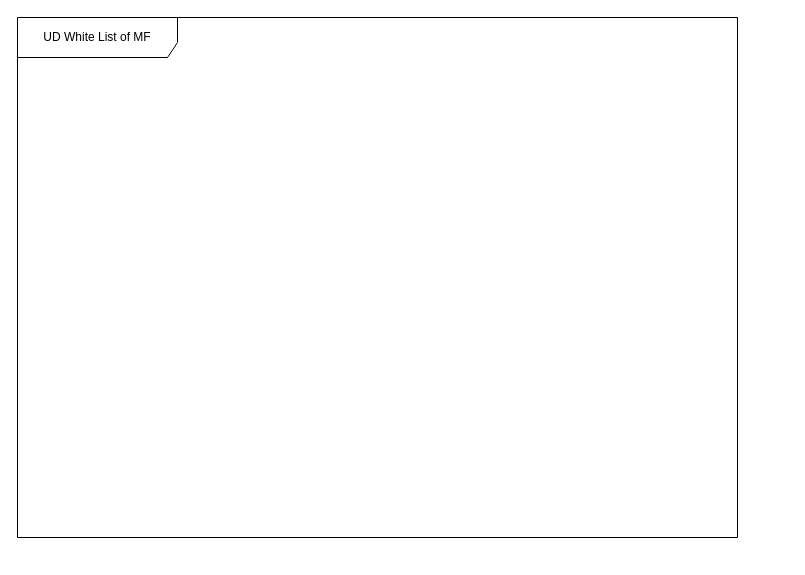
Earlier version of the draw.io diagram Untitled Diagram.drawio (AleksanderStaruch/HospitalUML). Source tidied: cells renumbered, new cells numbered last; positions are measured from the earlier drawing's top-left corner, leaving out a move shared by most shapes. Both pictures are drawn from the tidied source at 100%, with x=0, y=0 at pixel (17, 17).
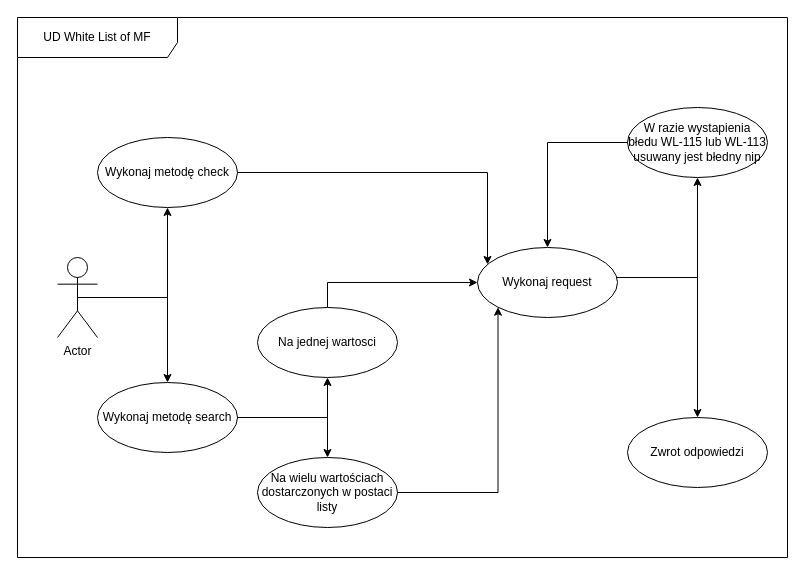
The same page after the edit.

The edit, as a diff of the source:
```diff
@@
     <mxCell id="2" value="UD White List of MF" style="shape=umlFrame;whiteSpace=wrap;html=1;width=160;height=40;" parent="1" vertex="1">
-      <mxGeometry width="720" height="520" as="geometry" />
+      <mxGeometry width="770" height="540" as="geometry" />
     </mxCell>
+    <mxCell id="3" style="edgeStyle=orthogonalEdgeStyle;rounded=0;jettySize=auto;html=1;" parent="1" edge="1" source="4" target="5">
+      <mxGeometry relative="1" as="geometry">
+        <Array as="points">
+          <mxPoint x="150" y="280" />
+        </Array>
+      </mxGeometry>
+    </mxCell>
+    <mxCell id="4" value="Actor" style="shape=umlActor;verticalLabelPosition=bottom;labelBackgroundColor=#ffffff;verticalAlign=top;html=1;" parent="1" vertex="1">
+      <mxGeometry x="40" y="240" width="40" height="80" as="geometry" />
+    </mxCell>
+    <mxCell id="5" value="Wykonaj metodę check" style="ellipse;whiteSpace=wrap;html=1;" parent="1" vertex="1">
+      <mxGeometry x="80" y="120" width="140" height="70" as="geometry" />
+    </mxCell>
+    <mxCell id="6" value="Wykonaj metodę&amp;nbsp;search" style="ellipse;whiteSpace=wrap;html=1;" parent="1" vertex="1">
+      <mxGeometry x="80" y="365" width="140" height="70" as="geometry" />
+    </mxCell>
+    <mxCell id="7" value="Na jednej wartosci" style="ellipse;whiteSpace=wrap;html=1;" parent="1" vertex="1">
+      <mxGeometry x="240" y="290" width="140" height="70" as="geometry" />
+    </mxCell>
+    <mxCell id="8" value="Na wielu wartościach&lt;br&gt;dostarczonych w postaci listy" style="ellipse;whiteSpace=wrap;html=1;" parent="1" vertex="1">
+      <mxGeometry x="240" y="440" width="140" height="70" as="geometry" />
+    </mxCell>
+    <mxCell id="9" style="edgeStyle=orthogonalEdgeStyle;rounded=0;jettySize=auto;html=1;" parent="1" edge="1" source="6" target="7">
+      <mxGeometry relative="1" as="geometry" />
+    </mxCell>
+    <mxCell id="10" style="edgeStyle=orthogonalEdgeStyle;rounded=0;jettySize=auto;html=1;" parent="1" edge="1" source="6" target="8">
+      <mxGeometry relative="1" as="geometry" />
+    </mxCell>
+    <mxCell id="11" style="edgeStyle=orthogonalEdgeStyle;rounded=0;jettySize=auto;html=1;exitX=0.5;exitY=0.5;exitDx=0;exitDy=0;exitPerimeter=0;" parent="1" edge="1" source="4" target="6">
+      <mxGeometry relative="1" as="geometry">
+        <Array as="points">
+          <mxPoint x="150" y="280" />
+        </Array>
+      </mxGeometry>
+    </mxCell>
+    <mxCell id="12" value="Wykonaj request" style="ellipse;whiteSpace=wrap;html=1;" parent="1" vertex="1">
+      <mxGeometry x="460" y="230" width="140" height="70" as="geometry" />
+    </mxCell>
+    <mxCell id="13" style="edgeStyle=orthogonalEdgeStyle;rounded=0;jettySize=auto;html=1;" parent="1" edge="1" source="5" target="12">
+      <mxGeometry relative="1" as="geometry">
+        <Array as="points">
+          <mxPoint x="470" y="155" />
+        </Array>
+      </mxGeometry>
+    </mxCell>
+    <mxCell id="14" style="edgeStyle=orthogonalEdgeStyle;rounded=0;jettySize=auto;html=1;" parent="1" edge="1" source="12" target="18">
+      <mxGeometry relative="1" as="geometry">
+        <Array as="points">
+          <mxPoint x="680" y="260" />
+        </Array>
+      </mxGeometry>
+    </mxCell>
+    <mxCell id="15" style="edgeStyle=orthogonalEdgeStyle;rounded=0;jettySize=auto;html=1;" parent="1" edge="1" source="7" target="12">
+      <mxGeometry relative="1" as="geometry">
+        <Array as="points">
+          <mxPoint x="310" y="265" />
+        </Array>
+      </mxGeometry>
+    </mxCell>
+    <mxCell id="16" style="edgeStyle=orthogonalEdgeStyle;rounded=0;jettySize=auto;html=1;entryX=0;entryY=1;entryDx=0;entryDy=0;" parent="1" edge="1" source="8" target="12">
+      <mxGeometry relative="1" as="geometry">
+        <Array as="points">
+          <mxPoint x="481" y="475" />
+        </Array>
+      </mxGeometry>
+    </mxCell>
+    <mxCell id="17" style="edgeStyle=orthogonalEdgeStyle;rounded=0;jettySize=auto;html=1;" parent="1" edge="1" source="12" target="20">
+      <mxGeometry relative="1" as="geometry">
+        <Array as="points">
+          <mxPoint x="680" y="260" />
+        </Array>
+      </mxGeometry>
+    </mxCell>
+    <mxCell id="18" value="W razie wystapienia błedu WL-115 lub WL-113 usuwany jest błedny nip" style="ellipse;whiteSpace=wrap;html=1;" parent="1" vertex="1">
+      <mxGeometry x="610" y="90" width="140" height="70" as="geometry" />
+    </mxCell>
+    <mxCell id="19" style="edgeStyle=orthogonalEdgeStyle;rounded=0;jettySize=auto;html=1;" parent="1" edge="1" source="18" target="12">
+      <mxGeometry relative="1" as="geometry" />
+    </mxCell>
+    <mxCell id="20" value="Zwrot odpowiedzi" style="ellipse;whiteSpace=wrap;html=1;" parent="1" vertex="1">
+      <mxGeometry x="610" y="400" width="140" height="70" as="geometry" />
+    </mxCell>
```
